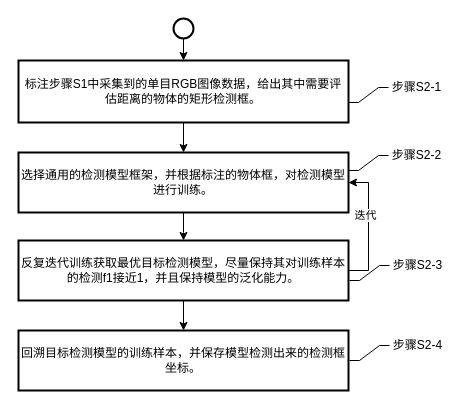
This is page "第 4 页" (4 of 8) of 未命名绘图.drawio from luhaofang/luhaofang.github.io, a draw.io file, before an edit. Source tidied: cells renumbered, new cells numbered last; positions are measured from the earlier drawing's top-left corner, leaving out a move shared by most shapes. Both pictures are drawn from the tidied source at 100%, with x=0, y=0 at pixel (18, 18).
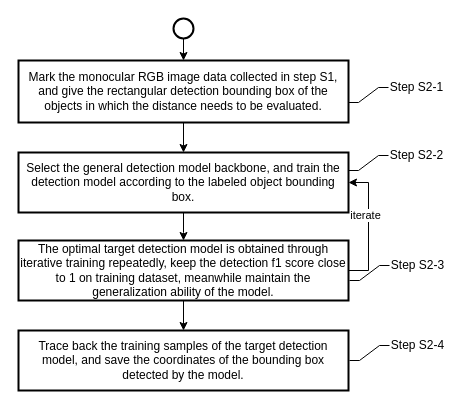
The same diagram, later.

Unchanged cells that the change refers to:
```xml
<mxCell id="10" style="edgeStyle=orthogonalEdgeStyle;rounded=0;jettySize=auto;html=1;exitX=1;exitY=0.5;exitDx=0;exitDy=0;entryX=1;entryY=0.5;entryDx=0;entryDy=0;strokeColor=default;" parent="1" edge="1" source="12" target="7">
  <mxGeometry relative="1" as="geometry" />
</mxCell>
```

Change to the diagram source:
```diff
@@
-    <mxCell id="3" value="标注步骤S1中采集到的单目RGB图像数据，给出其中需要评估距离的物体的矩形检测框。" style="rounded=1;whiteSpace=wrap;html=1;absoluteArcSize=1;arcSize=0;strokeWidth=2;" parent="1" vertex="1">
+    <mxCell id="3" value="Mark the monocular RGB image data collected in step S1, and give the rectangular detection bounding box of the objects in which the distance needs to be evaluated." style="rounded=1;whiteSpace=wrap;html=1;absoluteArcSize=1;arcSize=0;strokeWidth=2;" parent="1" vertex="1">
       <mxGeometry y="42" width="330" height="62" as="geometry" />
     </mxCell>
@@
-    <mxCell id="7" value="选择通用的检测模型框架，并根据标注的物体框，对检测模型进行训练。" style="rounded=1;whiteSpace=wrap;html=1;absoluteArcSize=1;arcSize=0;strokeWidth=2;" parent="1" vertex="1">
+    <mxCell id="7" value="Select the general detection model backbone, and train the detection model according to the labeled object bounding box." style="rounded=1;whiteSpace=wrap;html=1;absoluteArcSize=1;arcSize=0;strokeWidth=2;" parent="1" vertex="1">
       <mxGeometry y="134" width="330" height="60" as="geometry" />
     </mxCell>
-    <mxCell id="8" value="回溯目标检测模型的训练样本，并保存模型检测出来的检测框坐标。" style="rounded=1;whiteSpace=wrap;html=1;absoluteArcSize=1;arcSize=0;strokeWidth=2;" parent="1" vertex="1">
+    <mxCell id="8" value="Trace back the training samples of the target detection model, and save the coordinates of the bounding box detected by the model." style="rounded=1;whiteSpace=wrap;html=1;absoluteArcSize=1;arcSize=0;strokeWidth=2;" parent="1" vertex="1">
       <mxGeometry y="312" width="330" height="60" as="geometry" />
     </mxCell>
@@
-    <mxCell id="11" value="迭代" style="edgeLabel;html=1;align=center;verticalAlign=middle;" parent="10" vertex="1">
+    <mxCell id="11" value="iterate" style="edgeLabel;html=1;align=center;verticalAlign=middle;" parent="10" vertex="1">
       <mxGeometry x="0.19" y="4" relative="1" as="geometry" />
     </mxCell>
-    <mxCell id="12" value="反复迭代训练获取最优目标检测模型，尽量保持其对训练样本的检测f1接近1，并且保持模型的泛化能力。" style="rounded=1;whiteSpace=wrap;html=1;absoluteArcSize=1;arcSize=0;strokeWidth=2;" parent="1" vertex="1">
+    <mxCell id="12" value="The optimal target detection model is obtained through iterative training repeatedly, keep the detection f1 score close to 1 on training dataset, meanwhile maintain the generalization ability of the model." style="rounded=1;whiteSpace=wrap;html=1;absoluteArcSize=1;arcSize=0;strokeWidth=2;" parent="1" vertex="1">
       <mxGeometry y="222" width="330" height="60" as="geometry" />
     </mxCell>
@@
-    <mxCell id="14" value="步骤S2-1" style="text;html=1;align=center;verticalAlign=middle;strokeColor=none;fillColor=none;" parent="1" vertex="1">
-      <mxGeometry x="363" y="54" width="70" height="30" as="geometry" />
+    <mxCell id="14" value="Step S2-1" style="text;html=1;align=center;verticalAlign=middle;strokeColor=none;fillColor=none;" parent="1" vertex="1">
+      <mxGeometry x="358" y="54" width="80" height="30" as="geometry" />
     </mxCell>
@@
-    <mxCell id="16" value="步骤S2-2" style="text;html=1;align=center;verticalAlign=middle;strokeColor=none;fillColor=none;" parent="1" vertex="1">
-      <mxGeometry x="363" y="122" width="70" height="30" as="geometry" />
+    <mxCell id="16" value="Step S2-2" style="text;html=1;align=center;verticalAlign=middle;strokeColor=none;fillColor=none;" parent="1" vertex="1">
+      <mxGeometry x="358" y="122" width="80" height="30" as="geometry" />
     </mxCell>
@@
-    <mxCell id="18" value="步骤S2-3" style="text;html=1;align=center;verticalAlign=middle;strokeColor=none;fillColor=none;" parent="1" vertex="1">
-      <mxGeometry x="364" y="232" width="70" height="30" as="geometry" />
+    <mxCell id="18" value="Step S2-3" style="text;html=1;align=center;verticalAlign=middle;strokeColor=none;fillColor=none;" parent="1" vertex="1">
+      <mxGeometry x="359" y="232" width="80" height="30" as="geometry" />
     </mxCell>
@@
-    <mxCell id="20" value="步骤S2-4" style="text;html=1;align=center;verticalAlign=middle;strokeColor=none;fillColor=none;" parent="1" vertex="1">
-      <mxGeometry x="364" y="312" width="70" height="30" as="geometry" />
+    <mxCell id="20" value="Step S2-4" style="text;html=1;align=center;verticalAlign=middle;strokeColor=none;fillColor=none;" parent="1" vertex="1">
+      <mxGeometry x="359" y="312" width="80" height="30" as="geometry" />
     </mxCell>
```
